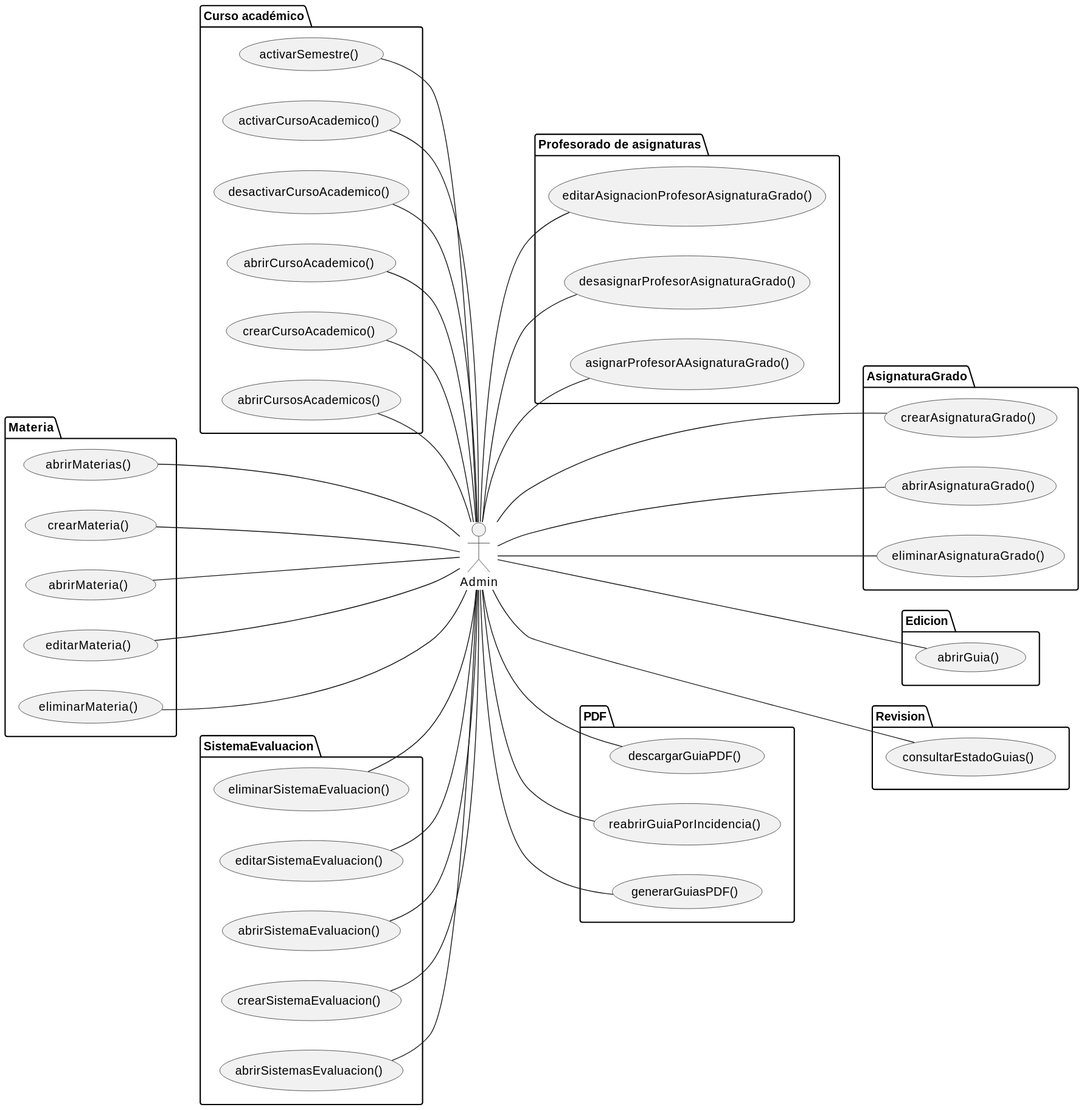
This is images/RUP/01-requisitos/01-actores-casos-uso/actoresCasosUsoAdminOperativa.svg from mmasias/pyCeldaPublico, a PlantUML export, as it was before one commit. Source of this version:
```plantuml
@startuml
left to right direction


actor Admin

package "Profesorado de asignaturas" {
  usecase asignarProfesorAAsignaturaGrado as "asignarProfesorAAsignaturaGrado()"
  usecase desasignarProfesorAsignaturaGrado as "desasignarProfesorAsignaturaGrado()"
  usecase editarAsignacionProfesorAsignaturaGrado as "editarAsignacionProfesorAsignaturaGrado()"
}

package "Curso académico" {
  usecase abrirCursosAcademicos as "abrirCursosAcademicos()"
  usecase crearCursoAcademico as "crearCursoAcademico()"
  usecase abrirCursoAcademico as "abrirCursoAcademico()"
  usecase desactivarCursoAcademico as "desactivarCursoAcademico()"
  usecase activarCursoAcademico as "activarCursoAcademico()"
  usecase activarSemestre as "activarSemestre()"
}

package Materia {
  usecase abrirMaterias as "abrirMaterias()"
  usecase crearMateria as "crearMateria()"
  usecase abrirMateria as "abrirMateria()"
  usecase editarMateria as "editarMateria()"
  usecase eliminarMateria as "eliminarMateria()"
}

package SistemaEvaluacion {
  usecase abrirSistemasEvaluacion as "abrirSistemasEvaluacion()"
  usecase crearSistemaEvaluacion as "crearSistemaEvaluacion()"
  usecase abrirSistemaEvaluacion as "abrirSistemaEvaluacion()"
  usecase editarSistemaEvaluacion as "editarSistemaEvaluacion()"
  usecase eliminarSistemaEvaluacion as "eliminarSistemaEvaluacion()"
}

package AsignaturaGrado {
  usecase crearAsignaturaGrado as "crearAsignaturaGrado()"
  usecase abrirAsignaturaGrado as "abrirAsignaturaGrado()"
  usecase eliminarAsignaturaGrado as "eliminarAsignaturaGrado()"
}

package Edicion {
  usecase abrirGuia as "abrirGuia()"
}

package Revision {
  usecase consultarEstadoGuias as "consultarEstadoGuias()"
}

package PDF {
  usecase generarGuiasPDF as "generarGuiasPDF()"
  usecase reabrirGuiaPorIncidencia as "reabrirGuiaPorIncidencia()"
  usecase descargarGuiaPDF as "descargarGuiaPDF()"
}

abrirSistemasEvaluacion -- Admin
crearSistemaEvaluacion -- Admin
abrirSistemaEvaluacion -- Admin
editarSistemaEvaluacion -- Admin
eliminarSistemaEvaluacion -- Admin

abrirMaterias --- Admin
crearMateria --- Admin
abrirMateria --- Admin
editarMateria --- Admin
eliminarMateria --- Admin

abrirCursosAcademicos -- Admin
crearCursoAcademico -- Admin
abrirCursoAcademico -- Admin
desactivarCursoAcademico -- Admin
activarCursoAcademico -- Admin
activarSemestre -- Admin


Admin -- asignarProfesorAAsignaturaGrado
Admin -- desasignarProfesorAsignaturaGrado
Admin -- editarAsignacionProfesorAsignaturaGrado

Admin --- crearAsignaturaGrado
Admin --- abrirAsignaturaGrado
Admin --- eliminarAsignaturaGrado

Admin --- consultarEstadoGuias
Admin --- abrirGuia

Admin -- generarGuiasPDF
Admin -- descargarGuiaPDF
Admin -- reabrirGuiaPorIncidencia
@enduml
```
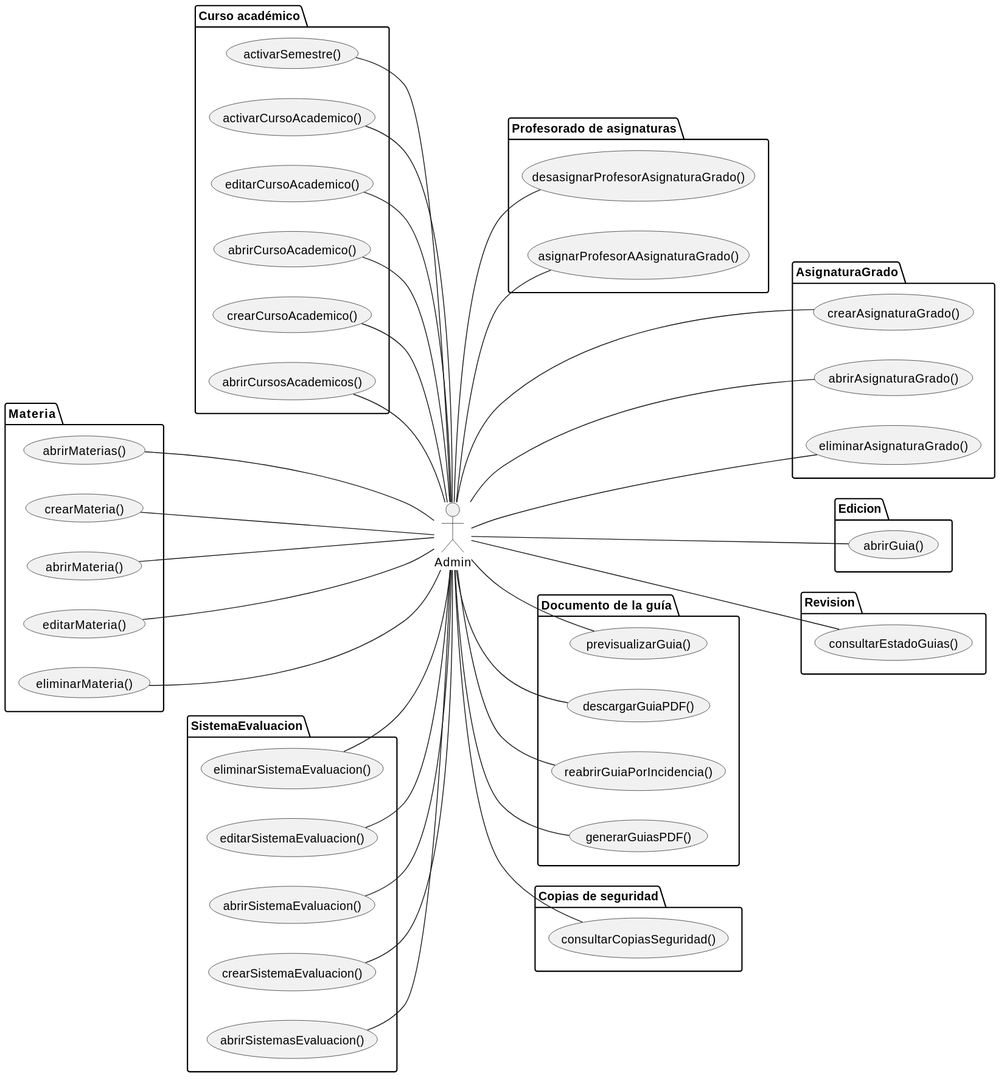
Above is the later version.

The edit, as a diff of the source:
```diff
@@ -7,14 +7,13 @@
 package "Profesorado de asignaturas" {
   usecase asignarProfesorAAsignaturaGrado as "asignarProfesorAAsignaturaGrado()"
   usecase desasignarProfesorAsignaturaGrado as "desasignarProfesorAsignaturaGrado()"
-  usecase editarAsignacionProfesorAsignaturaGrado as "editarAsignacionProfesorAsignaturaGrado()"
 }
 
 package "Curso académico" {
   usecase abrirCursosAcademicos as "abrirCursosAcademicos()"
   usecase crearCursoAcademico as "crearCursoAcademico()"
   usecase abrirCursoAcademico as "abrirCursoAcademico()"
-  usecase desactivarCursoAcademico as "desactivarCursoAcademico()"
+  usecase editarCursoAcademico as "editarCursoAcademico()"
   usecase activarCursoAcademico as "activarCursoAcademico()"
   usecase activarSemestre as "activarSemestre()"
 }
@@ -49,10 +48,15 @@
   usecase consultarEstadoGuias as "consultarEstadoGuias()"
 }
 
-package PDF {
+package "Documento de la guía" {
   usecase generarGuiasPDF as "generarGuiasPDF()"
   usecase reabrirGuiaPorIncidencia as "reabrirGuiaPorIncidencia()"
   usecase descargarGuiaPDF as "descargarGuiaPDF()"
+  usecase previsualizarGuia as "previsualizarGuia()"
+}
+
+package "Copias de seguridad" {
+  usecase consultarCopiasSeguridad as "consultarCopiasSeguridad()"
 }
 
 abrirSistemasEvaluacion -- Admin
@@ -70,14 +74,13 @@
 abrirCursosAcademicos -- Admin
 crearCursoAcademico -- Admin
 abrirCursoAcademico -- Admin
-desactivarCursoAcademico -- Admin
+editarCursoAcademico -- Admin
 activarCursoAcademico -- Admin
 activarSemestre -- Admin
 
 
 Admin -- asignarProfesorAAsignaturaGrado
 Admin -- desasignarProfesorAsignaturaGrado
-Admin -- editarAsignacionProfesorAsignaturaGrado
 
 Admin --- crearAsignaturaGrado
 Admin --- abrirAsignaturaGrado
@@ -88,5 +91,8 @@
 
 Admin -- generarGuiasPDF
 Admin -- descargarGuiaPDF
+Admin -- previsualizarGuia
 Admin -- reabrirGuiaPorIncidencia
+
+Admin -- consultarCopiasSeguridad
 @enduml
```
